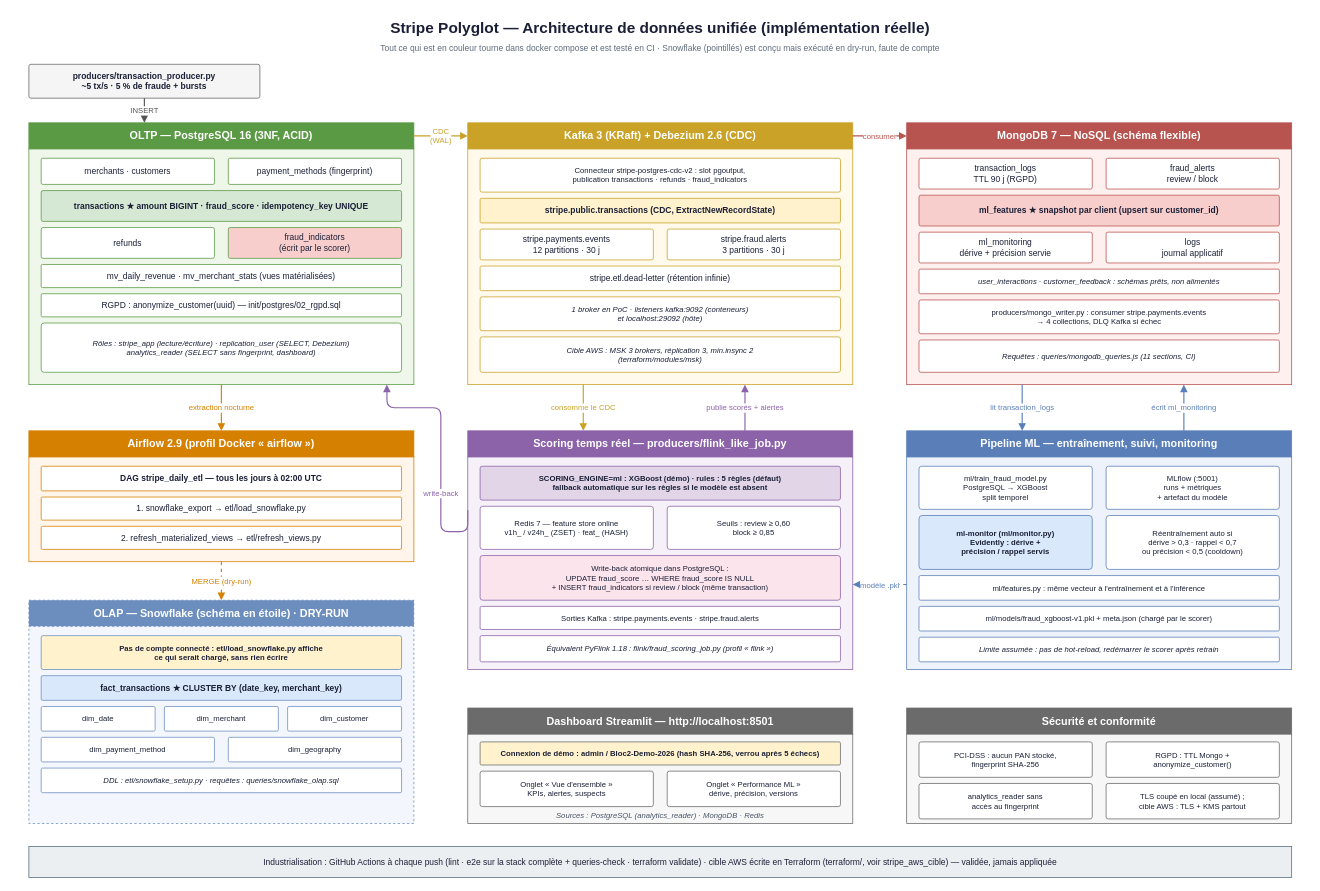
The draw.io diagram presentation/stripe_architecture_globale.drawio in PDUCLOS/BLOC2-STRIPE, before the edit. Source tidied: cells renumbered, new cells numbered last; positions are measured from the earlier drawing's top-left corner, leaving out a move shared by most shapes. Both pictures are drawn from the tidied source at 77%, with x=0, y=0 at pixel (13, 13).
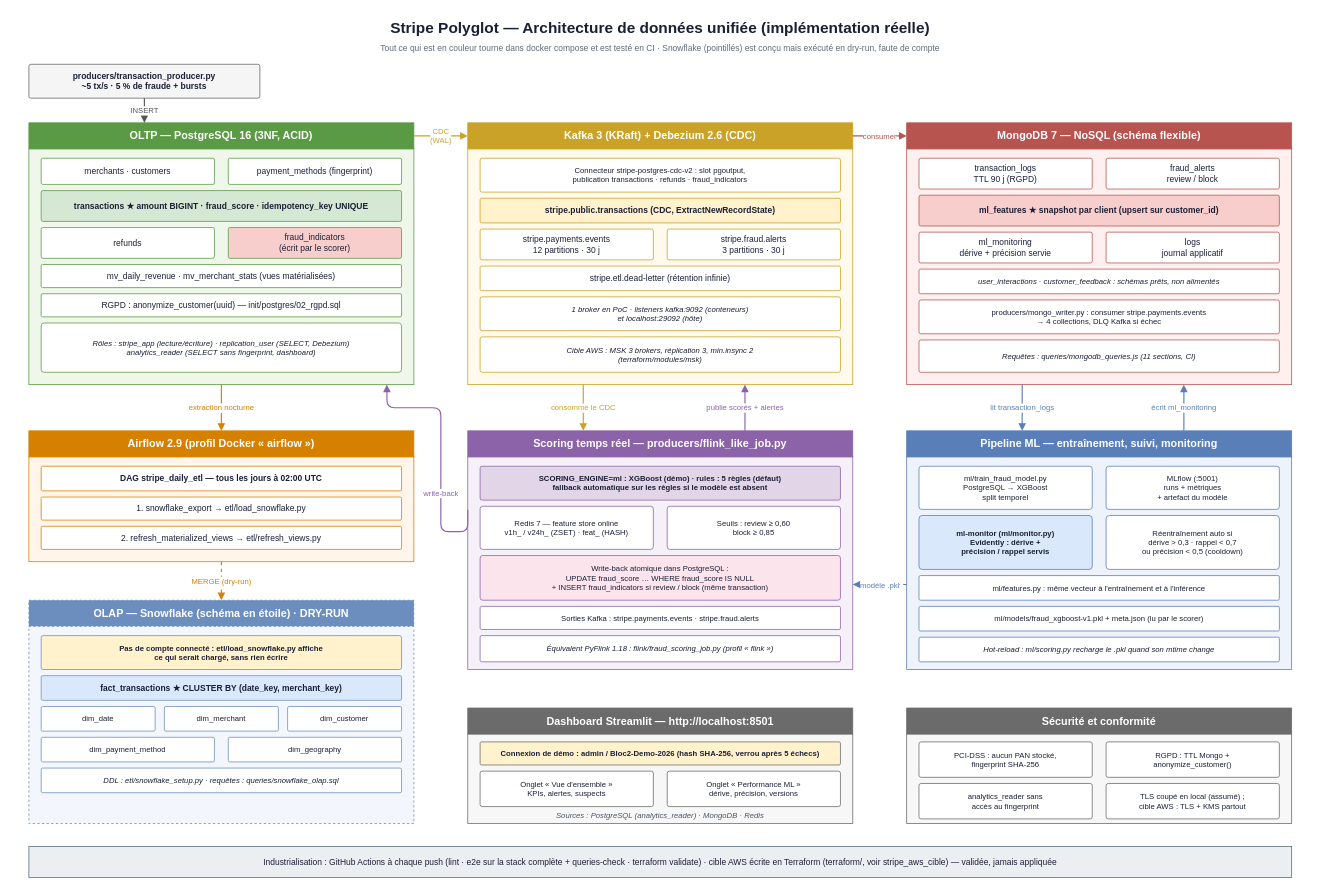
After the change.

Change to the diagram source:
```diff
@@
-    <mxCell id="54" value="ml/models/fraud_xgboost-v1.pkl + meta.json (chargé par le scorer)" style="rounded=1;whiteSpace=wrap;html=1;fillColor=#ffffff;strokeColor=#5a7fb8;fontSize=10;fontColor=#1a1f36;align=center;verticalAlign=middle;arcSize=6;fontStyle=0;spacingLeft=6;spacingRight=6;" parent="1" vertex="1">
+    <mxCell id="54" value="ml/models/fraud_xgboost-v1.pkl + meta.json (lu par le scorer)" style="rounded=1;whiteSpace=wrap;html=1;fillColor=#ffffff;strokeColor=#5a7fb8;fontSize=10;fontColor=#1a1f36;align=center;verticalAlign=middle;arcSize=6;fontStyle=0;spacingLeft=6;spacingRight=6;" parent="1" vertex="1">
       <mxGeometry x="1176" y="770" width="468" height="32" as="geometry" />
     </mxCell>
-    <mxCell id="55" value="Limite assumée : pas de hot-reload, redémarrer le scorer après retrain" style="rounded=1;whiteSpace=wrap;html=1;fillColor=#ffffff;strokeColor=#5a7fb8;fontSize=10;fontColor=#1a1f36;align=center;verticalAlign=middle;arcSize=6;fontStyle=2;spacingLeft=6;spacingRight=6;" parent="1" vertex="1">
+    <mxCell id="55" value="Hot-reload : ml/scoring.py recharge le .pkl quand son mtime change" style="rounded=1;whiteSpace=wrap;html=1;fillColor=#ffffff;strokeColor=#5a7fb8;fontSize=10;fontColor=#1a1f36;align=center;verticalAlign=middle;arcSize=6;fontStyle=2;spacingLeft=6;spacingRight=6;" parent="1" vertex="1">
       <mxGeometry x="1176" y="810" width="468" height="32" as="geometry" />
     </mxCell>
```
